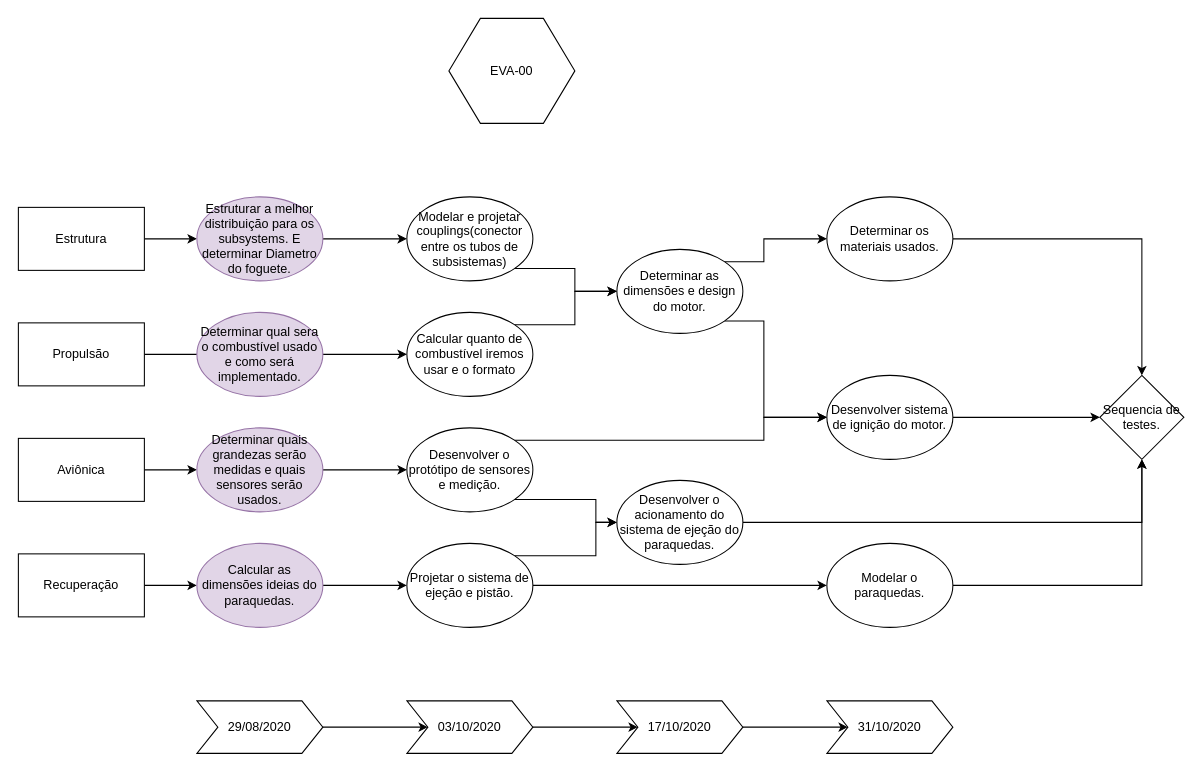
Before: eva-00.drawio in freedxmgxd/Evangelion-Unidade-00, a draw.io diagram. Source tidied: cells renumbered, new cells numbered last; positions are measured from the earlier drawing's top-left corner, leaving out a move shared by most shapes. Both pictures are drawn from the tidied source at 105%, with x=0, y=0 at pixel (18, 18).
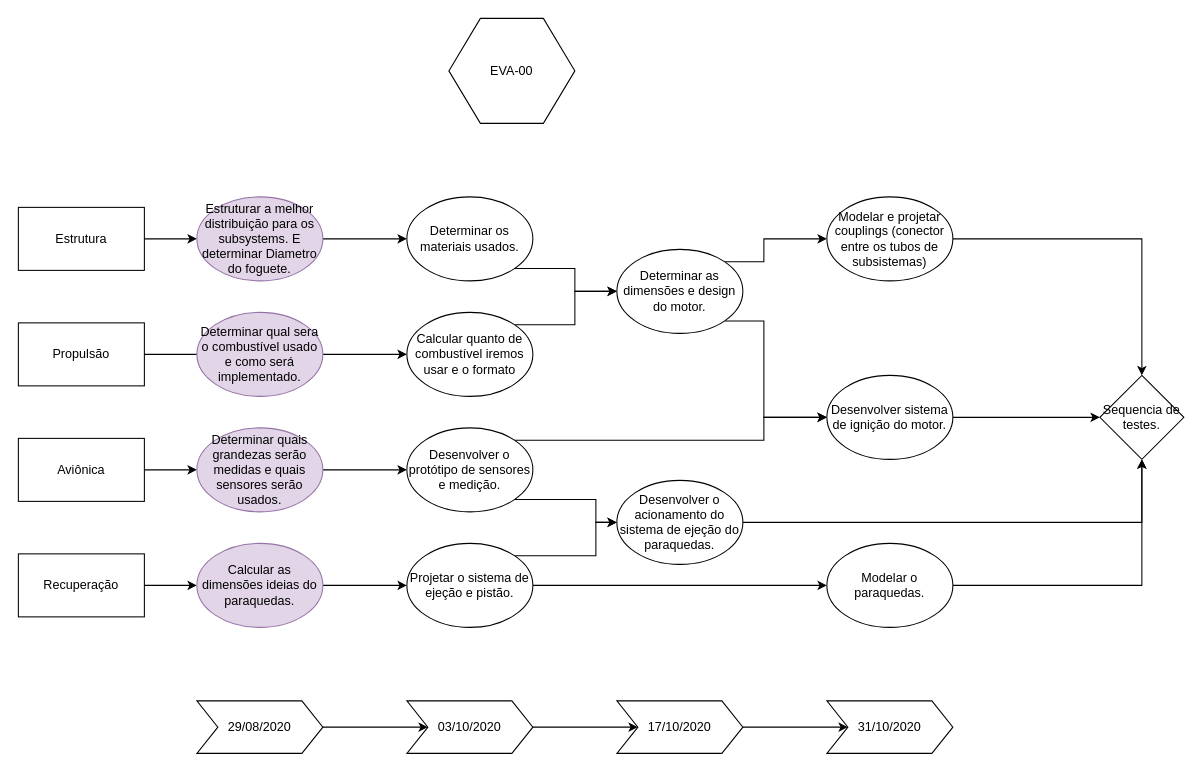
The same page after the edit.

Diff of the diagram source:
```diff
@@
-    <mxCell id="26" value="Modelar e projetar couplings(conector entre os tubos de subsistemas)" style="ellipse;whiteSpace=wrap;html=1;" parent="1" vertex="1">
+    <mxCell id="26" value="Determinar os materiais usados." style="ellipse;whiteSpace=wrap;html=1;" parent="1" vertex="1">
       <mxGeometry x="370" y="170" width="120" height="80" as="geometry" />
     </mxCell>
@@
-    <mxCell id="35" value="Determinar os materiais usados." style="ellipse;whiteSpace=wrap;html=1;" parent="1" vertex="1">
+    <mxCell id="35" value="&lt;font face=&quot;helvetica&quot;&gt;Modelar e projetar couplings (conector entre os tubos de subsistemas)&lt;/font&gt;" style="ellipse;whiteSpace=wrap;html=1;" parent="1" vertex="1">
       <mxGeometry x="770" y="170" width="120" height="80" as="geometry" />
     </mxCell>
```
